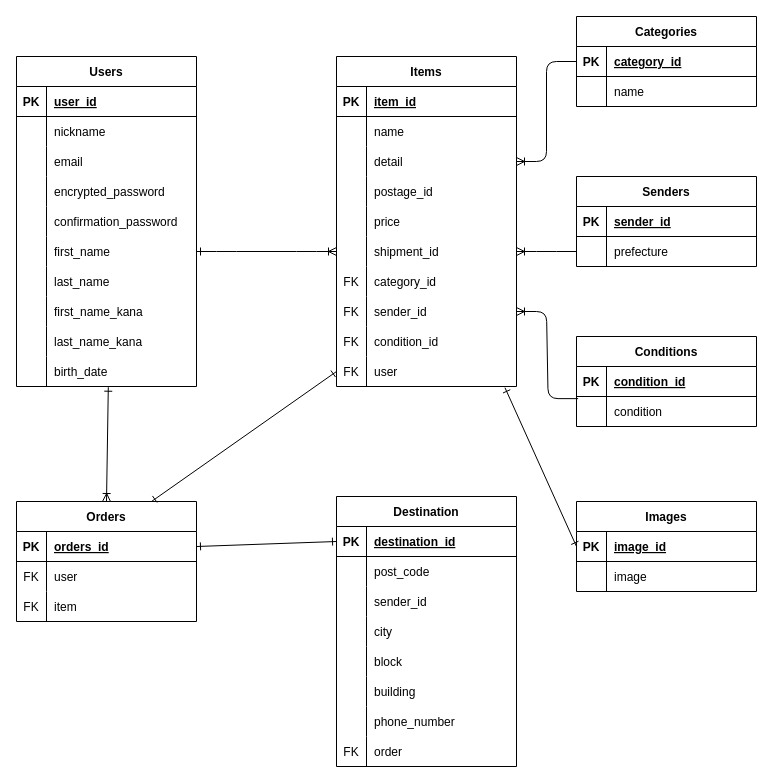
Above: app/controllers/furima_39316_er.dio in nobi2dim/furima-39316 (draw.io), before the change. Source tidied: cells renumbered, new cells numbered last; positions are measured from the earlier drawing's top-left corner, leaving out a move shared by most shapes. Both pictures are drawn from the tidied source at 100%, with x=0, y=0 at pixel (16, 16).
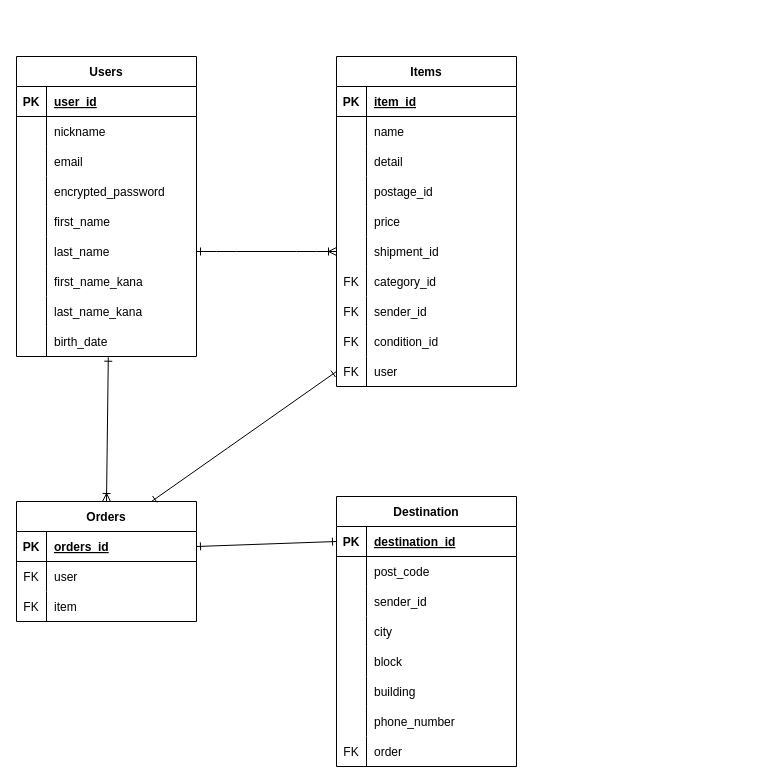
The same page after the edit.

Commit message (it also covers changes not shown here):
データベース設計の修正(3)

The change refers to these unchanged cells:
```xml
<mxCell id="40" style="shape=tableRow;horizontal=0;startSize=0;swimlaneHead=0;swimlaneBody=0;fillColor=none;points=[[0,0.5],[1,0.5]];portConstraint=eastwest;top=0;left=0;right=0;bottom=0;" parent="33" vertex="1">
  <mxGeometry y="90" width="180" height="30" as="geometry" />
</mxCell>
<mxCell id="49" style="shape=tableRow;horizontal=0;startSize=0;swimlaneHead=0;swimlaneBody=0;fillColor=none;points=[[0,0.5],[1,0.5]];portConstraint=eastwest;top=0;left=0;right=0;bottom=0;" parent="33" vertex="1">
  <mxGeometry y="180" width="180" height="30" as="geometry" />
</mxCell>
<mxCell id="55" style="shape=tableRow;horizontal=0;startSize=0;swimlaneHead=0;swimlaneBody=0;fillColor=none;points=[[0,0.5],[1,0.5]];portConstraint=eastwest;top=0;left=0;right=0;bottom=0;" parent="33" vertex="1">
  <mxGeometry y="240" width="180" height="30" as="geometry" />
</mxCell>
<mxCell id="61" style="shape=tableRow;horizontal=0;startSize=0;swimlaneHead=0;swimlaneBody=0;fillColor=none;points=[[0,0.5],[1,0.5]];portConstraint=eastwest;top=0;left=0;right=0;bottom=0;" parent="33" vertex="1">
  <mxGeometry y="300" width="180" height="30" as="geometry" />
</mxCell>
```

Diff of the diagram source:
```diff
@@
     <mxCell id="2" value="Users" style="shape=table;startSize=30;childLayout=tableLayout;rowLines=0;fontStyle=1;align=center;" parent="1" vertex="1">
-      <mxGeometry y="40" width="180" height="330" as="geometry" />
+      <mxGeometry y="40" width="180" height="300" as="geometry" />
     </mxCell>
@@
-    <mxCell id="15" style="shape=tableRow;horizontal=0;startSize=0;swimlaneHead=0;swimlaneBody=0;fillColor=none;top=0;left=0;right=0;bottom=0;" parent="2" vertex="1">
-      <mxGeometry y="150" width="180" height="30" as="geometry" />
-    </mxCell>
-    <mxCell id="16" style="shape=partialRectangle;fillColor=none;top=0;left=0;bottom=0;right=0;overflow=hidden;" parent="15" vertex="1">
-      <mxGeometry width="30" height="30" as="geometry" />
-    </mxCell>
-    <mxCell id="17" value="confirmation_password" style="shape=partialRectangle;fillColor=none;top=0;left=0;bottom=0;right=0;align=left;spacingLeft=6;overflow=hidden;" parent="15" vertex="1">
-      <mxGeometry x="30" width="150" height="30" as="geometry" />
-    </mxCell>
     <mxCell id="18" style="shape=tableRow;horizontal=0;startSize=0;swimlaneHead=0;swimlaneBody=0;fillColor=none;points=[[0,0.5],[1,0.5]];portConstraint=eastwest;top=0;left=0;right=0;bottom=0;" parent="2" vertex="1">
-      <mxGeometry y="180" width="180" height="30" as="geometry" />
+      <mxGeometry y="150" width="180" height="30" as="geometry" />
     </mxCell>
@@
     <mxCell id="21" style="shape=tableRow;horizontal=0;startSize=0;swimlaneHead=0;swimlaneBody=0;fillColor=none;points=[[0,0.5],[1,0.5]];portConstraint=eastwest;top=0;left=0;right=0;bottom=0;" parent="2" vertex="1">
-      <mxGeometry y="210" width="180" height="30" as="geometry" />
+      <mxGeometry y="180" width="180" height="30" as="geometry" />
     </mxCell>
@@
     <mxCell id="24" style="shape=tableRow;horizontal=0;startSize=0;swimlaneHead=0;swimlaneBody=0;fillColor=none;top=0;left=0;right=0;bottom=0;" parent="2" vertex="1">
-      <mxGeometry y="240" width="180" height="30" as="geometry" />
+      <mxGeometry y="210" width="180" height="30" as="geometry" />
     </mxCell>
@@
     <mxCell id="27" style="shape=tableRow;horizontal=0;startSize=0;swimlaneHead=0;swimlaneBody=0;fillColor=none;top=0;left=0;right=0;bottom=0;" parent="2" vertex="1">
-      <mxGeometry y="270" width="180" height="30" as="geometry" />
+      <mxGeometry y="240" width="180" height="30" as="geometry" />
     </mxCell>
@@
     <mxCell id="30" style="shape=tableRow;horizontal=0;startSize=0;swimlaneHead=0;swimlaneBody=0;fillColor=none;points=[[0,0.5],[1,0.5]];portConstraint=eastwest;top=0;left=0;right=0;bottom=0;" parent="2" vertex="1">
-      <mxGeometry y="300" width="180" height="30" as="geometry" />
+      <mxGeometry y="270" width="180" height="30" as="geometry" />
     </mxCell>
@@
-    <mxCell id="99" value="Categories" style="shape=table;startSize=30;childLayout=tableLayout;rowLines=0;fontStyle=1;align=center;" parent="1" vertex="1">
-      <mxGeometry x="560" width="180" height="90" as="geometry" />
-    </mxCell>
-    <mxCell id="100" style="shape=tableRow;horizontal=0;startSize=0;swimlaneHead=0;swimlaneBody=0;fillColor=none;points=[[0,0.5],[1,0.5]];portConstraint=eastwest;top=0;left=0;right=0;bottom=1;" parent="99" vertex="1">
-      <mxGeometry y="30" width="180" height="30" as="geometry" />
-    </mxCell>
-    <mxCell id="101" value="PK" style="shape=partialRectangle;fillColor=none;top=0;left=0;bottom=0;right=0;fontStyle=1;overflow=hidden;" parent="100" vertex="1">
-      <mxGeometry width="30" height="30" as="geometry" />
-    </mxCell>
-    <mxCell id="102" value="category_id" style="shape=partialRectangle;fillColor=none;top=0;left=0;bottom=0;right=0;align=left;spacingLeft=6;fontStyle=5;overflow=hidden;" parent="100" vertex="1">
-      <mxGeometry x="30" width="150" height="30" as="geometry" />
-    </mxCell>
-    <mxCell id="103" style="shape=tableRow;horizontal=0;startSize=0;swimlaneHead=0;swimlaneBody=0;fillColor=none;top=0;left=0;right=0;bottom=0;" parent="99" vertex="1">
-      <mxGeometry y="60" width="180" height="30" as="geometry" />
-    </mxCell>
-    <mxCell id="104" style="shape=partialRectangle;fillColor=none;top=0;left=0;bottom=0;right=0;overflow=hidden;" parent="103" vertex="1">
-      <mxGeometry width="30" height="30" as="geometry" />
-    </mxCell>
-    <mxCell id="105" value="name" style="shape=partialRectangle;fillColor=none;top=0;left=0;bottom=0;right=0;align=left;spacingLeft=6;overflow=hidden;" parent="103" vertex="1">
-      <mxGeometry x="30" width="150" height="30" as="geometry" />
-    </mxCell>
-    <mxCell id="106" value="Senders" style="shape=table;startSize=30;childLayout=tableLayout;rowLines=0;fontStyle=1;align=center;" parent="1" vertex="1">
-      <mxGeometry x="560" y="160" width="180" height="90" as="geometry" />
-    </mxCell>
-    <mxCell id="107" style="shape=tableRow;horizontal=0;startSize=0;swimlaneHead=0;swimlaneBody=0;fillColor=none;top=0;left=0;right=0;bottom=1;" parent="106" vertex="1">
-      <mxGeometry y="30" width="180" height="30" as="geometry" />
-    </mxCell>
-    <mxCell id="108" value="PK" style="shape=partialRectangle;fillColor=none;top=0;left=0;bottom=0;right=0;fontStyle=1;overflow=hidden;" parent="107" vertex="1">
-      <mxGeometry width="30" height="30" as="geometry" />
-    </mxCell>
-    <mxCell id="109" value="sender_id" style="shape=partialRectangle;fillColor=none;top=0;left=0;bottom=0;right=0;align=left;spacingLeft=6;fontStyle=5;overflow=hidden;" parent="107" vertex="1">
-      <mxGeometry x="30" width="150" height="30" as="geometry" />
-    </mxCell>
-    <mxCell id="110" style="shape=tableRow;horizontal=0;startSize=0;swimlaneHead=0;swimlaneBody=0;fillColor=none;points=[[0,0.5],[1,0.5]];portConstraint=eastwest;top=0;left=0;right=0;bottom=0;" parent="106" vertex="1">
-      <mxGeometry y="60" width="180" height="30" as="geometry" />
-    </mxCell>
-    <mxCell id="111" style="shape=partialRectangle;fillColor=none;top=0;left=0;bottom=0;right=0;overflow=hidden;" parent="110" vertex="1">
-      <mxGeometry width="30" height="30" as="geometry" />
-    </mxCell>
-    <mxCell id="112" value="prefecture" style="shape=partialRectangle;fillColor=none;top=0;left=0;bottom=0;right=0;align=left;spacingLeft=6;overflow=hidden;" parent="110" vertex="1">
-      <mxGeometry x="30" width="150" height="30" as="geometry" />
-    </mxCell>
-    <mxCell id="113" value="Conditions" style="shape=table;startSize=30;childLayout=tableLayout;rowLines=0;fontStyle=1;align=center;" parent="1" vertex="1">
-      <mxGeometry x="560" y="320" width="180" height="90" as="geometry" />
-    </mxCell>
-    <mxCell id="114" style="shape=tableRow;horizontal=0;startSize=0;swimlaneHead=0;swimlaneBody=0;fillColor=none;points=[[0,0.5],[1,0.5]];portConstraint=eastwest;top=0;left=0;right=0;bottom=1;" parent="113" vertex="1">
-      <mxGeometry y="30" width="180" height="30" as="geometry" />
-    </mxCell>
-    <mxCell id="115" value="PK" style="shape=partialRectangle;fillColor=none;top=0;left=0;bottom=0;right=0;fontStyle=1;overflow=hidden;" parent="114" vertex="1">
-      <mxGeometry width="30" height="30" as="geometry" />
-    </mxCell>
-    <mxCell id="116" value="condition_id" style="shape=partialRectangle;fillColor=none;top=0;left=0;bottom=0;right=0;align=left;spacingLeft=6;fontStyle=5;overflow=hidden;" parent="114" vertex="1">
-      <mxGeometry x="30" width="150" height="30" as="geometry" />
-    </mxCell>
-    <mxCell id="117" style="shape=tableRow;horizontal=0;startSize=0;swimlaneHead=0;swimlaneBody=0;fillColor=none;top=0;left=0;right=0;bottom=0;" parent="113" vertex="1">
-      <mxGeometry y="60" width="180" height="30" as="geometry" />
-    </mxCell>
-    <mxCell id="118" style="shape=partialRectangle;fillColor=none;top=0;left=0;bottom=0;right=0;overflow=hidden;" parent="117" vertex="1">
-      <mxGeometry width="30" height="30" as="geometry" />
-    </mxCell>
-    <mxCell id="119" value="condition" style="shape=partialRectangle;fillColor=none;top=0;left=0;bottom=0;right=0;align=left;spacingLeft=6;overflow=hidden;" parent="117" vertex="1">
-      <mxGeometry x="30" width="150" height="30" as="geometry" />
-    </mxCell>
-    <mxCell id="120" value="Images" style="shape=table;startSize=30;childLayout=tableLayout;rowLines=0;fontStyle=1;align=center;" parent="1" vertex="1">
-      <mxGeometry x="560" y="485" width="180" height="90" as="geometry" />
-    </mxCell>
-    <mxCell id="121" style="shape=tableRow;horizontal=0;startSize=0;swimlaneHead=0;swimlaneBody=0;fillColor=none;points=[[0,0.5],[1,0.5]];portConstraint=eastwest;top=0;left=0;right=0;bottom=1;" parent="120" vertex="1">
-      <mxGeometry y="30" width="180" height="30" as="geometry" />
-    </mxCell>
-    <mxCell id="122" value="PK" style="shape=partialRectangle;fillColor=none;top=0;left=0;bottom=0;right=0;fontStyle=1;overflow=hidden;" parent="121" vertex="1">
-      <mxGeometry width="30" height="30" as="geometry" />
-    </mxCell>
-    <mxCell id="123" value="image_id" style="shape=partialRectangle;fillColor=none;top=0;left=0;bottom=0;right=0;align=left;spacingLeft=6;fontStyle=5;overflow=hidden;" parent="121" vertex="1">
-      <mxGeometry x="30" width="150" height="30" as="geometry" />
-    </mxCell>
-    <mxCell id="124" style="shape=tableRow;horizontal=0;startSize=0;swimlaneHead=0;swimlaneBody=0;fillColor=none;top=0;left=0;right=0;bottom=0;" parent="120" vertex="1">
-      <mxGeometry y="60" width="180" height="30" as="geometry" />
-    </mxCell>
-    <mxCell id="125" style="shape=partialRectangle;fillColor=none;top=0;left=0;bottom=0;right=0;overflow=hidden;" parent="124" vertex="1">
-      <mxGeometry width="30" height="30" as="geometry" />
-    </mxCell>
-    <mxCell id="126" value="image" style="shape=partialRectangle;fillColor=none;top=0;left=0;bottom=0;right=0;align=left;spacingLeft=6;overflow=hidden;" parent="124" vertex="1">
-      <mxGeometry x="30" width="150" height="30" as="geometry" />
-    </mxCell>
-    <mxCell id="127" style="edgeStyle=entityRelationEdgeStyle;fontSize=12;html=1;endArrow=ERoneToMany;exitX=1;exitY=0.5;exitDx=0;exitDy=0;entryX=0;entryY=0.5;entryDx=0;entryDy=0;startArrow=ERone;startFill=0;" parent="1" edge="1" source="18" target="49">
+    <mxCell id="127" style="edgeStyle=entityRelationEdgeStyle;fontSize=12;html=1;endArrow=ERoneToMany;exitX=1;exitY=0.5;exitDx=0;exitDy=0;entryX=0;entryY=0.5;entryDx=0;entryDy=0;startArrow=ERone;startFill=0;" parent="1" edge="1" source="21" target="49">
       <mxGeometry relative="1" as="geometry" />
     </mxCell>
@@
-    <mxCell id="131" style="edgeStyle=entityRelationEdgeStyle;fontSize=12;html=1;endArrow=ERoneToMany;exitX=0;exitY=0.5;exitDx=0;exitDy=0;entryX=1;entryY=0.5;entryDx=0;entryDy=0;" parent="1" edge="1" source="100" target="40">
-      <mxGeometry relative="1" as="geometry" />
-    </mxCell>
-    <mxCell id="132" style="edgeStyle=entityRelationEdgeStyle;fontSize=12;html=1;endArrow=ERoneToMany;entryX=1;entryY=0.5;entryDx=0;entryDy=0;exitX=0;exitY=0.5;exitDx=0;exitDy=0;" parent="1" edge="1" source="110" target="49">
-      <mxGeometry relative="1" as="geometry" />
-    </mxCell>
-    <mxCell id="133" style="edgeStyle=entityRelationEdgeStyle;fontSize=12;html=1;endArrow=ERoneToMany;exitX=0.009;exitY=1.071;exitDx=0;exitDy=0;exitPerimeter=0;entryX=1;entryY=0.5;entryDx=0;entryDy=0;" parent="1" edge="1" source="114" target="55">
-      <mxGeometry relative="1" as="geometry" />
-    </mxCell>
-    <mxCell id="134" style="endArrow=ERone;html=1;rounded=0;entryX=0.936;entryY=1.04;entryDx=0;entryDy=0;startArrow=ERone;startFill=0;endFill=0;exitX=0;exitY=0.5;exitDx=0;exitDy=0;entryPerimeter=0;" parent="1" edge="1" source="121" target="61">
-      <mxGeometry relative="1" as="geometry" />
-    </mxCell>
```
